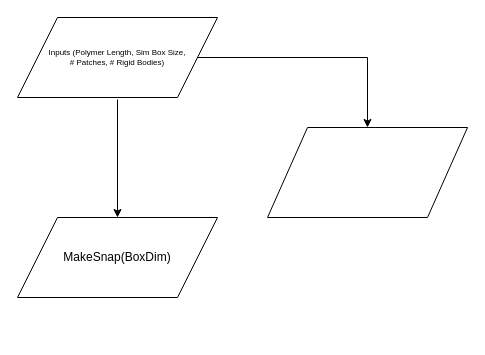
This is Untitled Diagram.drawio from danielpugliese/PatchyPolymer, a draw.io file, before an edit. Source tidied: cells renumbered, new cells numbered last; positions are measured from the earlier drawing's top-left corner, leaving out a move shared by most shapes. Both pictures are drawn from the tidied source at 100%, with x=0, y=0 at pixel (17, 17).
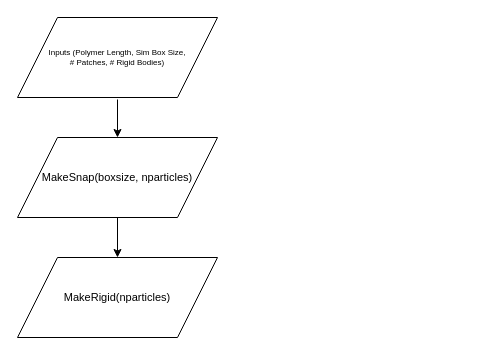
After the change.

Change to the diagram source:
```diff
@@
 <mxGraphModel>
   <root>
     <mxCell id="0" />
     <mxCell id="1" parent="0" />
-    <mxCell id="2" style="edgeStyle=orthogonalEdgeStyle;rounded=0;jettySize=auto;html=1;exitX=1;exitY=0.5;exitDx=0;exitDy=0;fontSize=8;" parent="1" edge="1" source="3" target="6">
-      <mxGeometry relative="1" as="geometry" />
-    </mxCell>
     <mxCell id="3" value="Inputs (Polymer Length, Sim Box Size, &lt;br style=&quot;font-size: 8px;&quot;&gt;# Patches, # Rigid Bodies)" style="shape=parallelogram;perimeter=parallelogramPerimeter;whiteSpace=wrap;html=1;fontSize=8;" parent="1" vertex="1">
       <mxGeometry width="200" height="80" as="geometry" />
     </mxCell>
-    <mxCell id="4" style="endArrow=classic;html=1;entryX=0.5;entryY=0;entryDx=0;entryDy=0;" parent="1" edge="1" target="5">
+    <mxCell id="4" style="endArrow=classic;html=1;" parent="1" edge="1">
       <mxGeometry relative="1" as="geometry">
         <mxPoint x="100" y="82" as="sourcePoint" />
+        <mxPoint x="100" y="120" as="targetPoint" />
       </mxGeometry>
     </mxCell>
-    <mxCell id="5" value="MakeSnap(BoxDim)" style="shape=parallelogram;perimeter=parallelogramPerimeter;whiteSpace=wrap;html=1;" parent="1" vertex="1">
-      <mxGeometry y="200" width="200" height="80" as="geometry" />
+    <mxCell id="5" value="&lt;font style=&quot;font-size: 11px&quot;&gt;MakeSnap(boxsize, nparticles)&lt;/font&gt;" style="shape=parallelogram;perimeter=parallelogramPerimeter;whiteSpace=wrap;html=1;" parent="1" vertex="1">
+      <mxGeometry y="120" width="200" height="80" as="geometry" />
     </mxCell>
-    <mxCell id="6" style="shape=parallelogram;perimeter=parallelogramPerimeter;whiteSpace=wrap;html=1;" parent="1" vertex="1">
-      <mxGeometry x="250" y="110" width="200" height="90" as="geometry" />
-    </mxCell>
+    <mxCell id="7" value="&lt;font style=&quot;font-size: 11px&quot;&gt;MakeRigid(nparticles)&lt;/font&gt;" style="shape=parallelogram;perimeter=parallelogramPerimeter;whiteSpace=wrap;html=1;" parent="1" vertex="1">
+      <mxGeometry y="240" width="200" height="80" as="geometry" />
+    </mxCell>
+    <mxCell id="8" style="endArrow=classic;html=1;fontSize=8;exitX=0.5;exitY=1;exitDx=0;exitDy=0;entryX=0.5;entryY=0;entryDx=0;entryDy=0;" parent="1" edge="1" source="5" target="7">
+      <mxGeometry relative="1" as="geometry" />
+    </mxCell>
   </root>
 </mxGraphModel>
```
